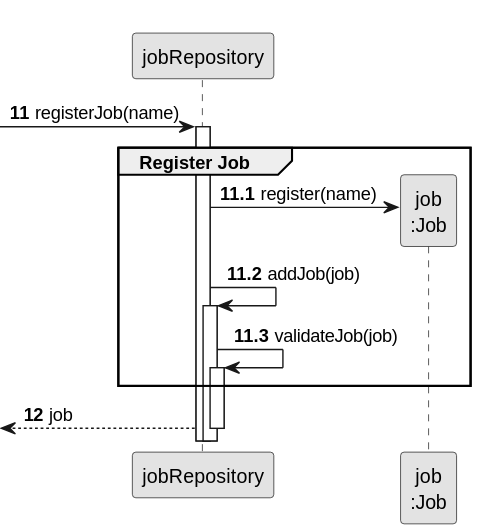
This is docs/sprintB/us002/03.design/svg/us002-sequence-diagram-partial-register-job.svg from diogoveirospro/lei-24-s2-1dg-g072, a PlantUML export, as it was before one commit. The source it was exported from:
```plantuml
@startuml
skinparam monochrome true
skinparam packageStyle rectangle
skinparam shadowing false

participant "jobRepository" as JOBREP
participant "job\n:Job" as Job

autonumber 11
-> JOBREP: registerJob(name)

autonumber 11.1
activate JOBREP
    group Register Job

        JOBREP -> Job**: register(name)
        JOBREP -> JOBREP: addJob(job)
        activate JOBREP

            JOBREP -> JOBREP: validateJob(job)
            activate JOBREP

    end

    autonumber 12
    <-- JOBREP : job
deactivate JOBREP
@enduml
```
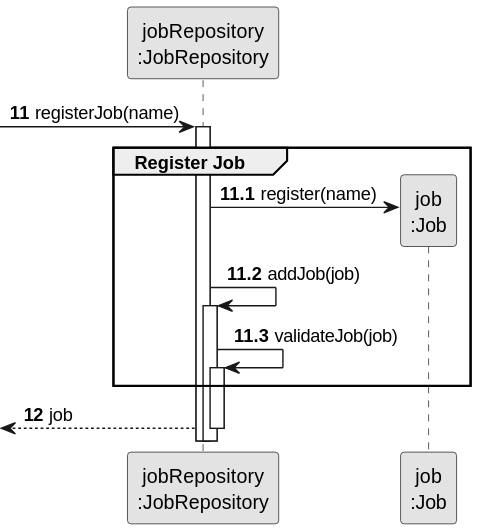
Later version of the same file.

What changed in the source:
```diff
@@ -3,7 +3,7 @@
 skinparam packageStyle rectangle
 skinparam shadowing false
 
-participant "jobRepository" as JOBREP
+participant "jobRepository\n:JobRepository" as JOBREP
 participant "job\n:Job" as Job
 
 autonumber 11
```
